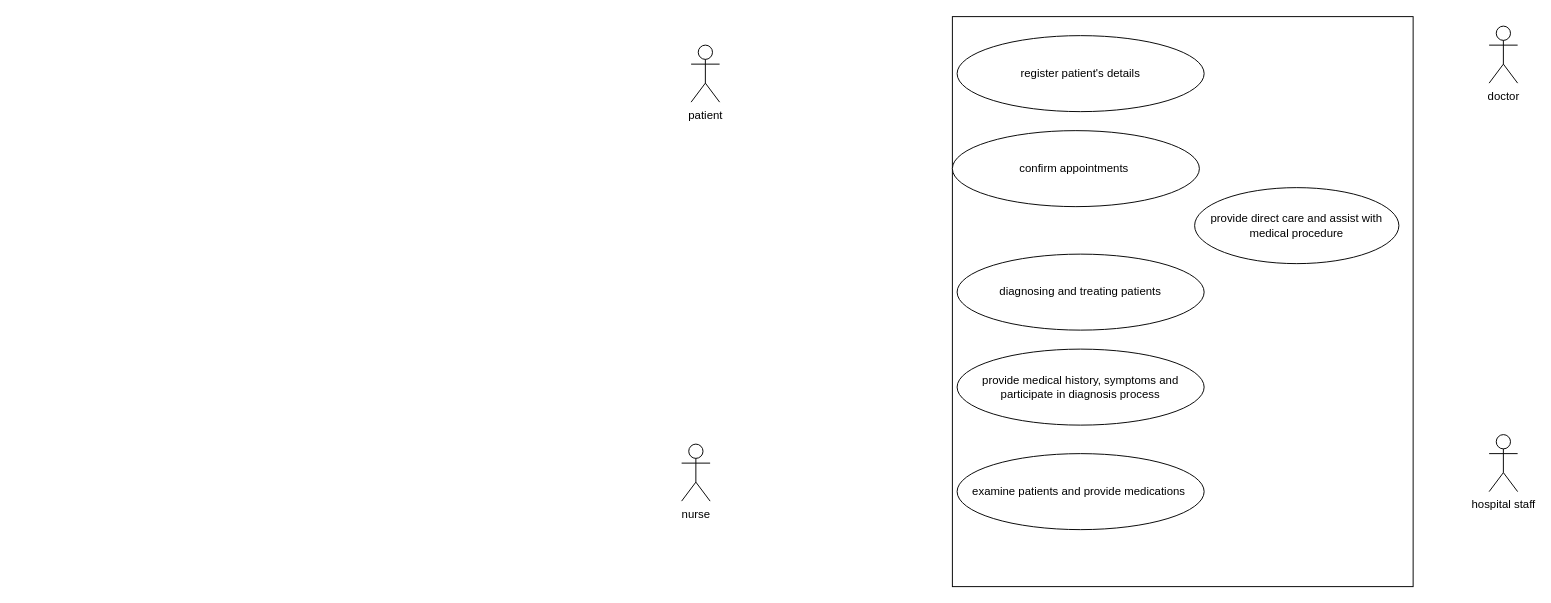
Earlier version of the draw.io diagram page "Page-4" (4 of 4) of Untitled Diagram.drawio (sophiyaprasain/System-Moodeling). Source tidied: cells renumbered, new cells numbered last; positions are measured from the earlier drawing's top-left corner, leaving out a move shared by most shapes. Both pictures are drawn from the tidied source at 95%, with x=0, y=0 at pixel (681, 16).
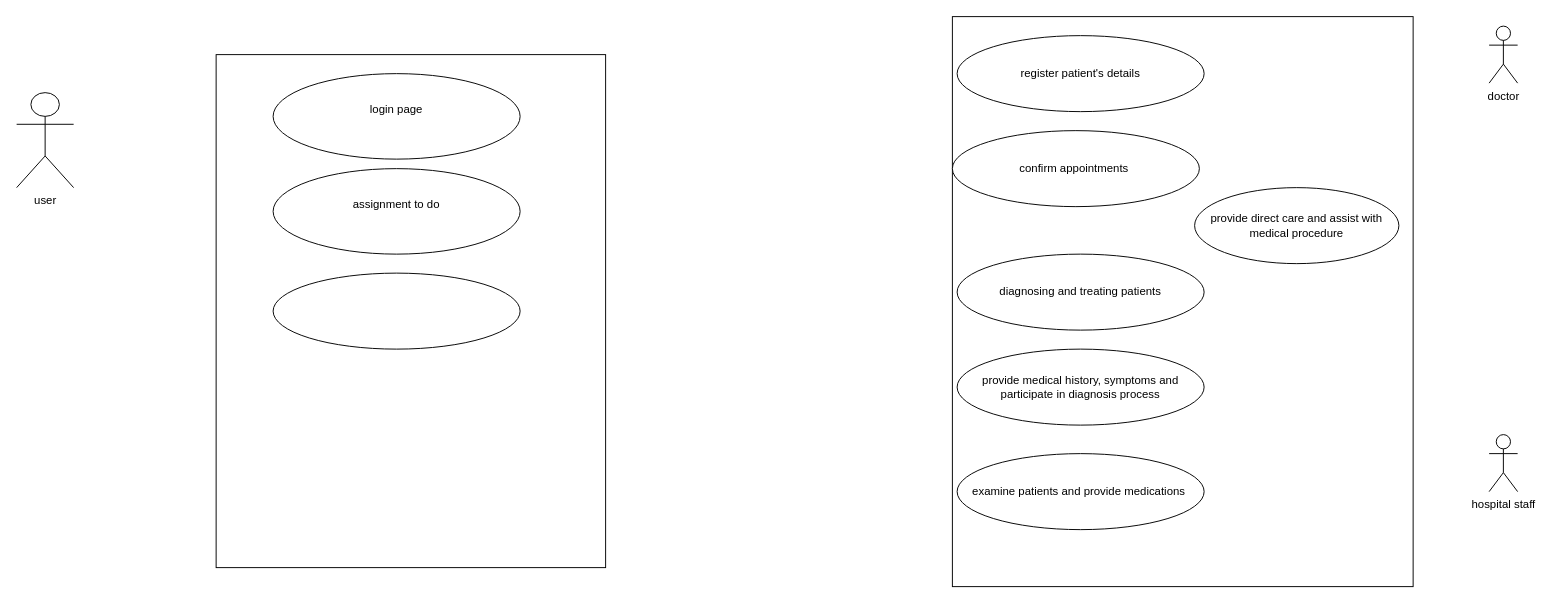
Above is the later version.

Change to the diagram source:
```diff
@@
 <mxGraphModel>
   <root>
     <mxCell id="0" />
     <mxCell id="1" parent="0" />
     <mxCell id="2" style="rounded=0;whiteSpace=wrap;html=1;" parent="1" vertex="1">
       <mxGeometry x="285" width="485" height="600" as="geometry" />
     </mxCell>
     <mxCell id="3" value="register patient's details" style="ellipse;whiteSpace=wrap;html=1;" parent="1" vertex="1">
       <mxGeometry x="290" y="20" width="260" height="80" as="geometry" />
     </mxCell>
     <mxCell id="4" value="confirm appointments&amp;nbsp;" style="ellipse;whiteSpace=wrap;html=1;" parent="1" vertex="1">
       <mxGeometry x="285" y="120" width="260" height="80" as="geometry" />
     </mxCell>
-    <mxCell id="5" value="patient" style="shape=umlActor;verticalLabelPosition=bottom;verticalAlign=top;html=1;" parent="1" vertex="1">
-      <mxGeometry x="10" y="30" width="30" height="60" as="geometry" />
+    <mxCell id="5" value="user" style="shape=umlActor;verticalLabelPosition=bottom;verticalAlign=top;html=1;" parent="1" vertex="1">
+      <mxGeometry x="-700" y="80" width="60" height="100" as="geometry" />
     </mxCell>
-    <mxCell id="6" value="nurse" style="shape=umlActor;verticalLabelPosition=bottom;verticalAlign=top;html=1;" parent="1" vertex="1">
-      <mxGeometry y="450" width="30" height="60" as="geometry" />
-    </mxCell>
     <mxCell id="7" value="doctor" style="shape=umlActor;verticalLabelPosition=bottom;verticalAlign=top;html=1;" parent="1" vertex="1">
       <mxGeometry x="850" y="10" width="30" height="60" as="geometry" />
     </mxCell>
     <mxCell id="8" value="hospital staff" style="shape=umlActor;verticalLabelPosition=bottom;verticalAlign=top;html=1;" parent="1" vertex="1">
       <mxGeometry x="850" y="440" width="30" height="60" as="geometry" />
     </mxCell>
     <mxCell id="9" value="diagnosing and treating patients" style="ellipse;whiteSpace=wrap;html=1;" parent="1" vertex="1">
       <mxGeometry x="290" y="250" width="260" height="80" as="geometry" />
     </mxCell>
     <mxCell id="10" value="provide medical history, symptoms and participate in diagnosis process" style="ellipse;whiteSpace=wrap;html=1;" parent="1" vertex="1">
       <mxGeometry x="290" y="350" width="260" height="80" as="geometry" />
     </mxCell>
     <mxCell id="11" value="examine patients and provide medications&amp;nbsp;" style="ellipse;whiteSpace=wrap;html=1;" parent="1" vertex="1">
       <mxGeometry x="290" y="460" width="260" height="80" as="geometry" />
     </mxCell>
     <mxCell id="12" value="provide direct care and assist with medical procedure" style="ellipse;whiteSpace=wrap;html=1;" parent="1" vertex="1">
       <mxGeometry x="540" y="180" width="215" height="80" as="geometry" />
     </mxCell>
+    <mxCell id="13" style="rounded=0;whiteSpace=wrap;html=1;" parent="1" vertex="1">
+      <mxGeometry x="-490" y="40" width="410" height="540" as="geometry" />
+    </mxCell>
+    <mxCell id="14" value="login page&lt;div&gt;&lt;br&gt;&lt;/div&gt;" style="ellipse;whiteSpace=wrap;html=1;" parent="1" vertex="1">
+      <mxGeometry x="-430" y="60" width="260" height="90" as="geometry" />
+    </mxCell>
+    <mxCell id="15" value="assignment to do&lt;div&gt;&lt;br&gt;&lt;/div&gt;" style="ellipse;whiteSpace=wrap;html=1;" parent="1" vertex="1">
+      <mxGeometry x="-430" y="160" width="260" height="90" as="geometry" />
+    </mxCell>
+    <mxCell id="16" style="ellipse;whiteSpace=wrap;html=1;" parent="1" vertex="1">
+      <mxGeometry x="-430" y="270" width="260" height="80" as="geometry" />
+    </mxCell>
   </root>
 </mxGraphModel>
```
